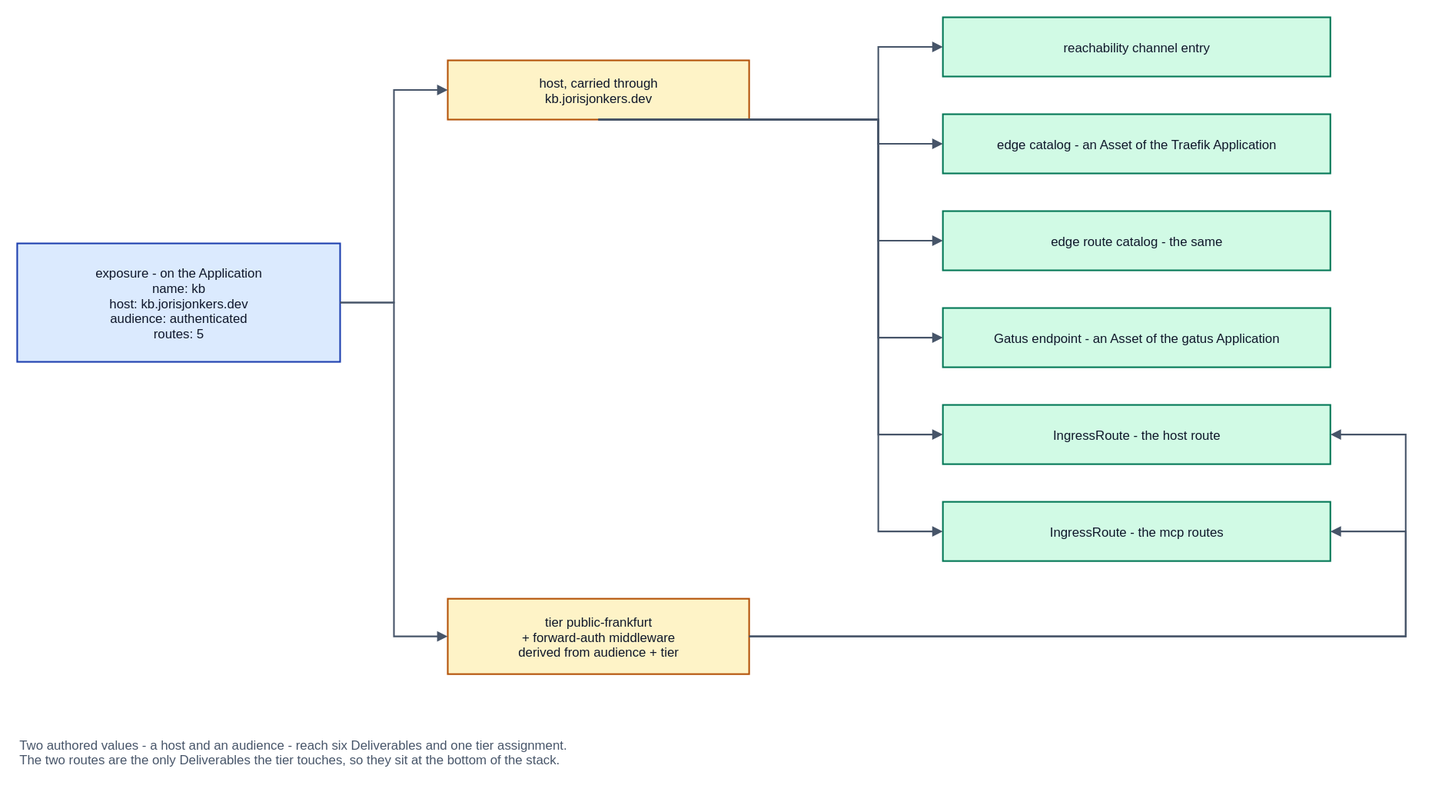
The draw.io diagram spec/v1/diagrams/16-exposure-trace.drawio.svg in JorisJonkers-dev/deploy-kit, before a commit. Source tidied: cells renumbered, new cells last; positions are measured from the earlier drawing's top-left corner, leaving out a move shared by most shapes.
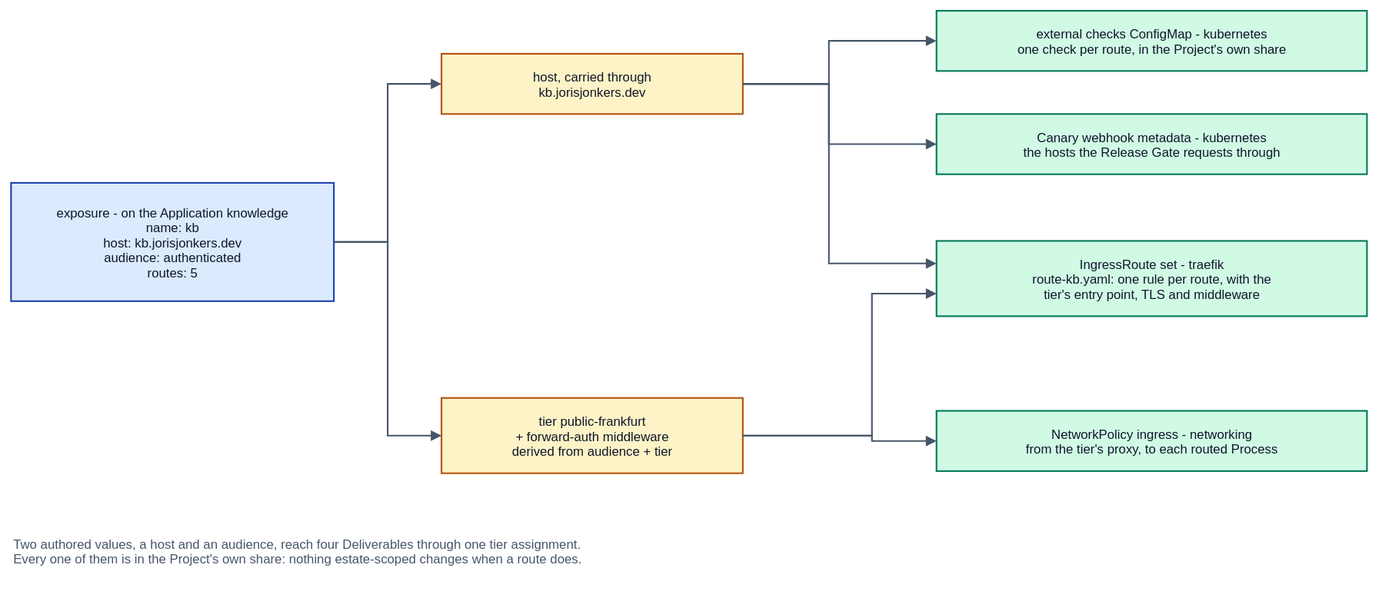
After the commit.

Commit message:
docs(spec): redraw the exposure trace without the deleted edge catalogs and Gatus Asset

Diff of the diagram source:
```diff
@@ -2,109 +2,70 @@
   <root>
     <mxCell id="0" />
     <mxCell id="1" parent="0" />
-    <mxCell id="2" value="exposure - on the Application&#10;name: kb&#10;host: kb.jorisjonkers.dev&#10;audience: authenticated&#10;routes: 5" style="rounded=0;whiteSpace=nowrap;html=0;align=center;verticalAlign=middle;fillColor=#dbeafe;strokeColor=#1e40af;strokeWidth=1.5;fontFamily=Helvetica;fontSize=12;fontColor=#0f172a;" parent="1" vertex="1">
-      <mxGeometry y="210" width="300" height="110" as="geometry" />
-    </mxCell>
+    <mxCell id="22" value="exposure - on the Application knowledge&#10;name: kb&#10;host: kb.jorisjonkers.dev&#10;audience: authenticated&#10;routes: 5" style="rounded=0;whiteSpace=nowrap;html=0;align=center;verticalAlign=middle;fillColor=#dbeafe;strokeColor=#1e40af;strokeWidth=1.5;fontFamily=Helvetica;fontSize=12;fontColor=#0f172a;" parent="1" vertex="1">
+      <mxGeometry y="160" width="300" height="110" as="geometry" />
+    </mxCell>
     <mxCell id="3" value="host, carried through&#10;kb.jorisjonkers.dev" style="rounded=0;whiteSpace=nowrap;html=0;align=center;verticalAlign=middle;fillColor=#fef3c7;strokeColor=#b45309;strokeWidth=1.5;fontFamily=Helvetica;fontSize=12;fontColor=#0f172a;" parent="1" vertex="1">
-      <mxGeometry x="400" y="40" width="280" height="55" as="geometry" />
+      <mxGeometry x="400" y="40" width="280" height="56" as="geometry" />
     </mxCell>
     <mxCell id="4" value="tier public-frankfurt&#10;+ forward-auth middleware&#10;derived from audience + tier" style="rounded=0;whiteSpace=nowrap;html=0;align=center;verticalAlign=middle;fillColor=#fef3c7;strokeColor=#b45309;strokeWidth=1.5;fontFamily=Helvetica;fontSize=12;fontColor=#0f172a;" parent="1" vertex="1">
-      <mxGeometry x="400" y="540" width="280" height="70" as="geometry" />
+      <mxGeometry x="400" y="360" width="280" height="70" as="geometry" />
     </mxCell>
-    <mxCell id="5" value="reachability channel entry" style="rounded=0;whiteSpace=nowrap;html=0;align=center;verticalAlign=middle;fillColor=#d1fae5;strokeColor=#047857;strokeWidth=1.5;fontFamily=Helvetica;fontSize=12;fontColor=#0f172a;" parent="1" vertex="1">
-      <mxGeometry x="860" width="360" height="55" as="geometry" />
-    </mxCell>
-    <mxCell id="6" value="edge catalog - an Asset of the Traefik Application" style="rounded=0;whiteSpace=nowrap;html=0;align=center;verticalAlign=middle;fillColor=#d1fae5;strokeColor=#047857;strokeWidth=1.5;fontFamily=Helvetica;fontSize=12;fontColor=#0f172a;" parent="1" vertex="1">
-      <mxGeometry x="860" y="90" width="360" height="55" as="geometry" />
-    </mxCell>
-    <mxCell id="7" value="edge route catalog - the same" style="rounded=0;whiteSpace=nowrap;html=0;align=center;verticalAlign=middle;fillColor=#d1fae5;strokeColor=#047857;strokeWidth=1.5;fontFamily=Helvetica;fontSize=12;fontColor=#0f172a;" parent="1" vertex="1">
-      <mxGeometry x="860" y="180" width="360" height="55" as="geometry" />
-    </mxCell>
-    <mxCell id="8" value="Gatus endpoint - an Asset of the gatus Application" style="rounded=0;whiteSpace=nowrap;html=0;align=center;verticalAlign=middle;fillColor=#d1fae5;strokeColor=#047857;strokeWidth=1.5;fontFamily=Helvetica;fontSize=12;fontColor=#0f172a;" parent="1" vertex="1">
-      <mxGeometry x="860" y="270" width="360" height="55" as="geometry" />
-    </mxCell>
-    <mxCell id="9" value="IngressRoute - the host route" style="rounded=0;whiteSpace=nowrap;html=0;align=center;verticalAlign=middle;fillColor=#d1fae5;strokeColor=#047857;strokeWidth=1.5;fontFamily=Helvetica;fontSize=12;fontColor=#0f172a;" parent="1" vertex="1">
-      <mxGeometry x="860" y="360" width="360" height="55" as="geometry" />
-    </mxCell>
-    <mxCell id="10" value="IngressRoute - the mcp routes" style="rounded=0;whiteSpace=nowrap;html=0;align=center;verticalAlign=middle;fillColor=#d1fae5;strokeColor=#047857;strokeWidth=1.5;fontFamily=Helvetica;fontSize=12;fontColor=#0f172a;" parent="1" vertex="1">
-      <mxGeometry x="860" y="450" width="360" height="55" as="geometry" />
-    </mxCell>
-    <mxCell id="11" style="edgeStyle=orthogonalEdgeStyle;rounded=0;html=0;jettySize=auto;jumpStyle=arc;jumpSize=8;endArrow=block;endFill=1;strokeColor=#475569;strokeWidth=1.5;fontSize=11;fontFamily=Helvetica;labelBackgroundColor=#ffffff;exitX=1;exitY=0.5;exitDx=0;exitDy=0;entryX=0;entryY=0.5;entryDx=0;entryDy=0;" parent="1" edge="1" source="2" target="3">
-      <mxGeometry relative="1" as="geometry">
-        <Array as="points">
-          <mxPoint x="350" y="265" />
-          <mxPoint x="350" y="67" />
-        </Array>
-      </mxGeometry>
-    </mxCell>
-    <mxCell id="12" style="edgeStyle=orthogonalEdgeStyle;rounded=0;html=0;jettySize=auto;jumpStyle=arc;jumpSize=8;endArrow=block;endFill=1;strokeColor=#475569;strokeWidth=1.5;fontSize=11;fontFamily=Helvetica;labelBackgroundColor=#ffffff;exitX=1;exitY=0.5;exitDx=0;exitDy=0;entryX=0;entryY=0.5;entryDx=0;entryDy=0;" parent="1" edge="1" source="2" target="4">
-      <mxGeometry relative="1" as="geometry">
-        <Array as="points">
-          <mxPoint x="350" y="265" />
-          <mxPoint x="350" y="575" />
-        </Array>
-      </mxGeometry>
-    </mxCell>
-    <mxCell id="13" style="edgeStyle=orthogonalEdgeStyle;rounded=0;html=0;jettySize=auto;jumpStyle=arc;jumpSize=8;endArrow=block;endFill=1;strokeColor=#475569;strokeWidth=1.5;fontSize=11;fontFamily=Helvetica;labelBackgroundColor=#ffffff;exitX=0.5;exitY=1;exitDx=0;exitDy=0;entryX=0;entryY=0.5;entryDx=0;entryDy=0;" parent="1" edge="1" source="3" target="5">
-      <mxGeometry relative="1" as="geometry">
-        <Array as="points">
-          <mxPoint x="800" y="27" />
-        </Array>
-      </mxGeometry>
-    </mxCell>
-    <mxCell id="14" style="edgeStyle=orthogonalEdgeStyle;rounded=0;html=0;jettySize=auto;jumpStyle=arc;jumpSize=8;endArrow=block;endFill=1;strokeColor=#475569;strokeWidth=1.5;fontSize=11;fontFamily=Helvetica;labelBackgroundColor=#ffffff;exitX=0.5;exitY=1;exitDx=0;exitDy=0;entryX=0;entryY=0.5;entryDx=0;entryDy=0;" parent="1" edge="1" source="3" target="6">
-      <mxGeometry relative="1" as="geometry">
-        <Array as="points">
-          <mxPoint x="800" y="117" />
-        </Array>
-      </mxGeometry>
-    </mxCell>
-    <mxCell id="15" style="edgeStyle=orthogonalEdgeStyle;rounded=0;html=0;jettySize=auto;jumpStyle=arc;jumpSize=8;endArrow=block;endFill=1;strokeColor=#475569;strokeWidth=1.5;fontSize=11;fontFamily=Helvetica;labelBackgroundColor=#ffffff;exitX=0.5;exitY=1;exitDx=0;exitDy=0;entryX=0;entryY=0.5;entryDx=0;entryDy=0;" parent="1" edge="1" source="3" target="7">
-      <mxGeometry relative="1" as="geometry">
-        <Array as="points">
-          <mxPoint x="800" y="207" />
-        </Array>
-      </mxGeometry>
-    </mxCell>
-    <mxCell id="16" style="edgeStyle=orthogonalEdgeStyle;rounded=0;html=0;jettySize=auto;jumpStyle=arc;jumpSize=8;endArrow=block;endFill=1;strokeColor=#475569;strokeWidth=1.5;fontSize=11;fontFamily=Helvetica;labelBackgroundColor=#ffffff;exitX=0.5;exitY=1;exitDx=0;exitDy=0;entryX=0;entryY=0.5;entryDx=0;entryDy=0;" parent="1" edge="1" source="3" target="8">
-      <mxGeometry relative="1" as="geometry">
-        <Array as="points">
-          <mxPoint x="800" y="297" />
-        </Array>
-      </mxGeometry>
-    </mxCell>
-    <mxCell id="17" style="edgeStyle=orthogonalEdgeStyle;rounded=0;html=0;jettySize=auto;jumpStyle=arc;jumpSize=8;endArrow=block;endFill=1;strokeColor=#475569;strokeWidth=1.5;fontSize=11;fontFamily=Helvetica;labelBackgroundColor=#ffffff;exitX=0.5;exitY=1;exitDx=0;exitDy=0;entryX=0;entryY=0.5;entryDx=0;entryDy=0;" parent="1" edge="1" source="3" target="9">
-      <mxGeometry relative="1" as="geometry">
-        <Array as="points">
-          <mxPoint x="800" y="387" />
-        </Array>
-      </mxGeometry>
-    </mxCell>
-    <mxCell id="18" style="edgeStyle=orthogonalEdgeStyle;rounded=0;html=0;jettySize=auto;jumpStyle=arc;jumpSize=8;endArrow=block;endFill=1;strokeColor=#475569;strokeWidth=1.5;fontSize=11;fontFamily=Helvetica;labelBackgroundColor=#ffffff;exitX=0.5;exitY=1;exitDx=0;exitDy=0;entryX=0;entryY=0.5;entryDx=0;entryDy=0;" parent="1" edge="1" source="3" target="10">
-      <mxGeometry relative="1" as="geometry">
-        <Array as="points">
-          <mxPoint x="800" y="477" />
-        </Array>
-      </mxGeometry>
-    </mxCell>
-    <mxCell id="19" style="edgeStyle=orthogonalEdgeStyle;rounded=0;html=0;jettySize=auto;jumpStyle=arc;jumpSize=8;endArrow=block;endFill=1;strokeColor=#475569;strokeWidth=1.5;fontSize=11;fontFamily=Helvetica;labelBackgroundColor=#ffffff;exitX=1;exitY=0.5;exitDx=0;exitDy=0;entryX=1;entryY=0.5;entryDx=0;entryDy=0;" parent="1" edge="1" source="4" target="9">
-      <mxGeometry relative="1" as="geometry">
-        <Array as="points">
-          <mxPoint x="1290" y="575" />
-          <mxPoint x="1290" y="387" />
-        </Array>
-      </mxGeometry>
-    </mxCell>
-    <mxCell id="20" style="edgeStyle=orthogonalEdgeStyle;rounded=0;html=0;jettySize=auto;jumpStyle=arc;jumpSize=8;endArrow=block;endFill=1;strokeColor=#475569;strokeWidth=1.5;fontSize=11;fontFamily=Helvetica;labelBackgroundColor=#ffffff;exitX=1;exitY=0.5;exitDx=0;exitDy=0;entryX=1;entryY=0.5;entryDx=0;entryDy=0;" parent="1" edge="1" source="4" target="10">
-      <mxGeometry relative="1" as="geometry">
-        <Array as="points">
-          <mxPoint x="1290" y="575" />
-          <mxPoint x="1290" y="477" />
-        </Array>
-      </mxGeometry>
-    </mxCell>
-    <mxCell id="21" value="Two authored values - a host and an audience - reach six Deliverables and one tier assignment.&#10;The two routes are the only Deliverables the tier touches, so they sit at the bottom of the stack." style="text;html=0;strokeColor=none;fillColor=none;align=left;verticalAlign=middle;fontFamily=Helvetica;fontSize=12;fontColor=#475569;" parent="1" vertex="1">
-      <mxGeometry y="660" width="800" height="44" as="geometry" />
-    </mxCell>
+    <mxCell id="23" value="external checks ConfigMap - kubernetes&#10;one check per route, in the Project's own share" style="rounded=0;whiteSpace=nowrap;html=0;align=center;verticalAlign=middle;fillColor=#d1fae5;strokeColor=#047857;strokeWidth=1.5;fontFamily=Helvetica;fontSize=12;fontColor=#0f172a;" parent="1" vertex="1">
+      <mxGeometry x="860" width="400" height="56" as="geometry" />
+    </mxCell>
+    <mxCell id="24" value="Canary webhook metadata - kubernetes&#10;the hosts the Release Gate requests through" style="rounded=0;whiteSpace=nowrap;html=0;align=center;verticalAlign=middle;fillColor=#d1fae5;strokeColor=#047857;strokeWidth=1.5;fontFamily=Helvetica;fontSize=12;fontColor=#0f172a;" parent="1" vertex="1">
+      <mxGeometry x="860" y="96" width="400" height="56" as="geometry" />
+    </mxCell>
+    <mxCell id="25" value="IngressRoute set - traefik&#10;route-kb.yaml: one rule per route, with the&#10;tier's entry point, TLS and middleware" style="rounded=0;whiteSpace=nowrap;html=0;align=center;verticalAlign=middle;fillColor=#d1fae5;strokeColor=#047857;strokeWidth=1.5;fontFamily=Helvetica;fontSize=12;fontColor=#0f172a;" parent="1" vertex="1">
+      <mxGeometry x="860" y="214" width="400" height="70" as="geometry" />
+    </mxCell>
+    <mxCell id="26" value="NetworkPolicy ingress - networking&#10;from the tier's proxy, to each routed Process" style="rounded=0;whiteSpace=nowrap;html=0;align=center;verticalAlign=middle;fillColor=#d1fae5;strokeColor=#047857;strokeWidth=1.5;fontFamily=Helvetica;fontSize=12;fontColor=#0f172a;" parent="1" vertex="1">
+      <mxGeometry x="860" y="372" width="400" height="56" as="geometry" />
+    </mxCell>
+    <mxCell id="27" style="edgeStyle=orthogonalEdgeStyle;rounded=0;html=0;jettySize=auto;jumpStyle=arc;jumpSize=8;endArrow=block;endFill=1;strokeColor=#475569;strokeWidth=1.5;fontSize=11;fontFamily=Helvetica;labelBackgroundColor=#ffffff;exitX=1;exitY=0.5;exitDx=0;exitDy=0;entryX=0;entryY=0.5;entryDx=0;entryDy=0;" parent="1" edge="1" source="22" target="3">
+      <mxGeometry relative="1" as="geometry" />
+    </mxCell>
+    <mxCell id="28" style="edgeStyle=orthogonalEdgeStyle;rounded=0;html=0;jettySize=auto;jumpStyle=arc;jumpSize=8;endArrow=block;endFill=1;strokeColor=#475569;strokeWidth=1.5;fontSize=11;fontFamily=Helvetica;labelBackgroundColor=#ffffff;exitX=1;exitY=0.5;exitDx=0;exitDy=0;entryX=0;entryY=0.5;entryDx=0;entryDy=0;" parent="1" edge="1" source="22" target="4">
+      <mxGeometry relative="1" as="geometry" />
+    </mxCell>
+    <mxCell id="29" style="edgeStyle=orthogonalEdgeStyle;rounded=0;html=0;jettySize=auto;jumpStyle=arc;jumpSize=8;endArrow=block;endFill=1;strokeColor=#475569;strokeWidth=1.5;fontSize=11;fontFamily=Helvetica;labelBackgroundColor=#ffffff;exitX=1;exitY=0.5;exitDx=0;exitDy=0;entryX=0;entryY=0.5;entryDx=0;entryDy=0;" parent="1" edge="1" source="3" target="23">
+      <mxGeometry relative="1" as="geometry">
+        <Array as="points">
+          <mxPoint x="760" y="68" />
+        </Array>
+      </mxGeometry>
+    </mxCell>
+    <mxCell id="30" style="edgeStyle=orthogonalEdgeStyle;rounded=0;html=0;jettySize=auto;jumpStyle=arc;jumpSize=8;endArrow=block;endFill=1;strokeColor=#475569;strokeWidth=1.5;fontSize=11;fontFamily=Helvetica;labelBackgroundColor=#ffffff;exitX=1;exitY=0.5;exitDx=0;exitDy=0;entryX=0;entryY=0.5;entryDx=0;entryDy=0;" parent="1" edge="1" source="3" target="24">
+      <mxGeometry relative="1" as="geometry">
+        <Array as="points">
+          <mxPoint x="760" y="68" />
+        </Array>
+      </mxGeometry>
+    </mxCell>
+    <mxCell id="31" style="edgeStyle=orthogonalEdgeStyle;rounded=0;html=0;jettySize=auto;jumpStyle=arc;jumpSize=8;endArrow=block;endFill=1;strokeColor=#475569;strokeWidth=1.5;fontSize=11;fontFamily=Helvetica;labelBackgroundColor=#ffffff;exitX=1;exitY=0.5;exitDx=0;exitDy=0;entryX=0;entryY=0.3;entryDx=0;entryDy=0;" parent="1" edge="1" source="3" target="25">
+      <mxGeometry relative="1" as="geometry">
+        <Array as="points">
+          <mxPoint x="760" y="68" />
+        </Array>
+      </mxGeometry>
+    </mxCell>
+    <mxCell id="32" style="edgeStyle=orthogonalEdgeStyle;rounded=0;html=0;jettySize=auto;jumpStyle=arc;jumpSize=8;endArrow=block;endFill=1;strokeColor=#475569;strokeWidth=1.5;fontSize=11;fontFamily=Helvetica;labelBackgroundColor=#ffffff;exitX=1;exitY=0.5;exitDx=0;exitDy=0;entryX=0;entryY=0.7;entryDx=0;entryDy=0;" parent="1" edge="1" source="4" target="25">
+      <mxGeometry relative="1" as="geometry">
+        <Array as="points">
+          <mxPoint x="800" y="395" />
+        </Array>
+      </mxGeometry>
+    </mxCell>
+    <mxCell id="33" style="edgeStyle=orthogonalEdgeStyle;rounded=0;html=0;jettySize=auto;jumpStyle=arc;jumpSize=8;endArrow=block;endFill=1;strokeColor=#475569;strokeWidth=1.5;fontSize=11;fontFamily=Helvetica;labelBackgroundColor=#ffffff;exitX=1;exitY=0.5;exitDx=0;exitDy=0;entryX=0;entryY=0.5;entryDx=0;entryDy=0;" parent="1" edge="1" source="4" target="26">
+      <mxGeometry relative="1" as="geometry">
+        <Array as="points">
+          <mxPoint x="800" y="395" />
+        </Array>
+      </mxGeometry>
+    </mxCell>
+    <mxCell id="34" value="Two authored values, a host and an audience, reach four Deliverables through one tier assignment.&#10;Every one of them is in the Project's own share: nothing estate-scoped changes when a route does." style="text;html=0;strokeColor=none;fillColor=none;align=left;verticalAlign=middle;fontFamily=Helvetica;fontSize=12;fontColor=#475569;" parent="1" vertex="1">
+      <mxGeometry y="480" width="900" height="44" as="geometry" />
+    </mxCell>
   </root>
 </mxGraphModel>
```
